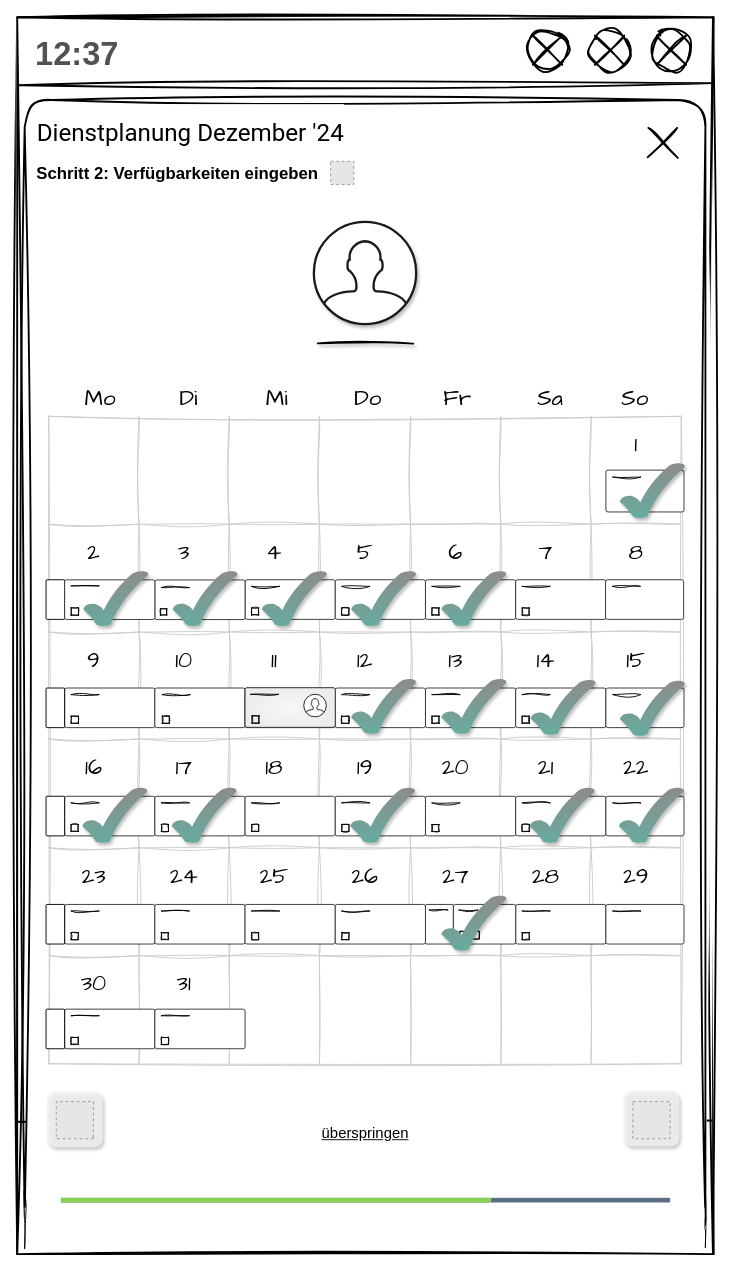
Above: page "VE_2" (7 of 8) of 5_Pitch/Mockup_UserFlow_CreateWorkSchedule.drawio in annikalenneper/praxisprojekt_mi_bachelor_SoSe24 (draw.io), before the change. Source tidied: cells renumbered, new cells numbered last; positions are measured from the earlier drawing's top-left corner, leaving out a move shared by most shapes. Both pictures are drawn from the tidied source at 93%, with x=0, y=0 at pixel (17, 17). Pictures stored in the file or linked from it are replaced by grey dashed boxes.
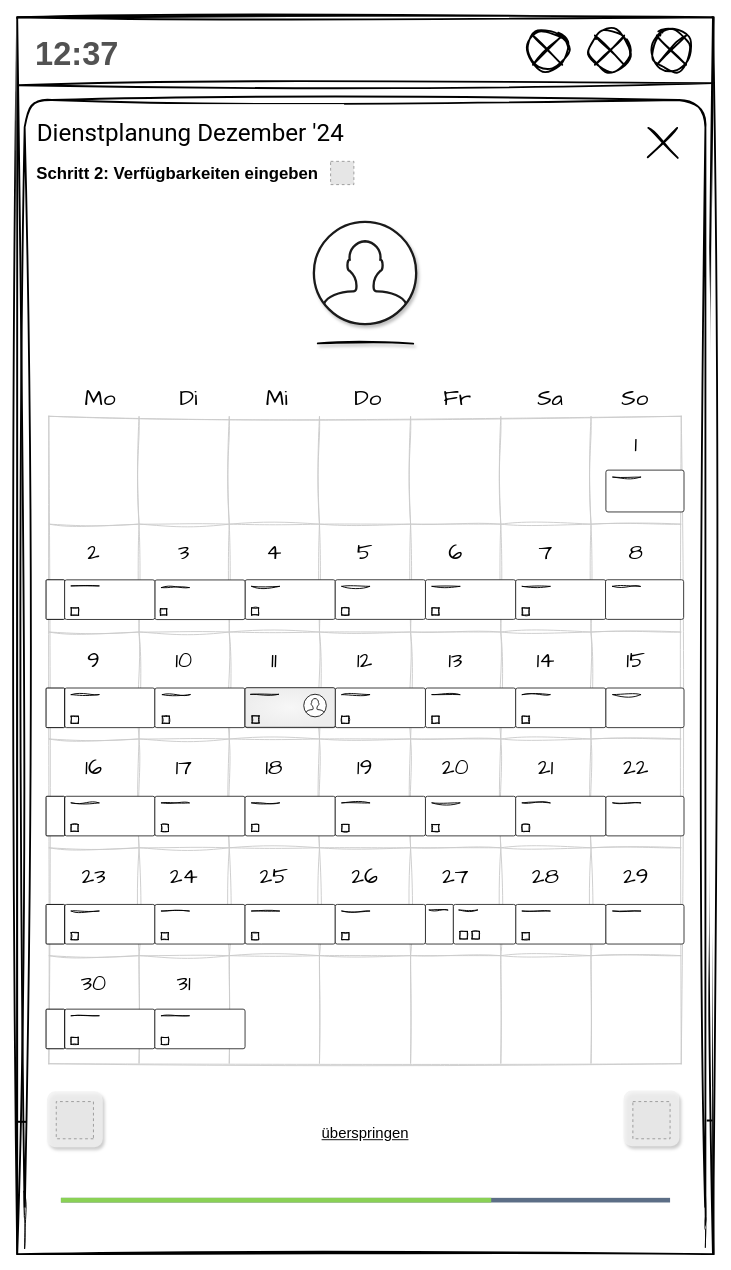
The same diagram, later.

Diff of the diagram source:
```diff
@@
-    <mxCell id="250" parent="0" />
-    <mxCell id="251" style="verticalLabelPosition=bottom;verticalAlign=top;html=1;shape=mxgraph.basic.tick;fillColor=#8C8C8C;strokeColor=none;gradientColor=#67AB9F;shadow=1;" parent="250" vertex="1">
-      <mxGeometry x="648" y="479" width="70" height="60" as="geometry" />
-    </mxCell>
-    <mxCell id="252" parent="0" />
-    <mxCell id="253" style="verticalLabelPosition=bottom;verticalAlign=top;html=1;shape=mxgraph.basic.tick;fillColor=#8C8C8C;strokeColor=none;gradientColor=#67AB9F;shadow=1;" parent="252" vertex="1">
-      <mxGeometry x="71" y="595" width="70" height="60" as="geometry" />
-    </mxCell>
-    <mxCell id="254" parent="0" />
-    <mxCell id="255" style="verticalLabelPosition=bottom;verticalAlign=top;html=1;shape=mxgraph.basic.tick;fillColor=#8C8C8C;strokeColor=none;gradientColor=#67AB9F;shadow=1;" parent="254" vertex="1">
-      <mxGeometry x="167" y="595" width="70" height="60" as="geometry" />
-    </mxCell>
-    <mxCell id="256" parent="0" />
-    <mxCell id="257" style="verticalLabelPosition=bottom;verticalAlign=top;html=1;shape=mxgraph.basic.tick;fillColor=#8C8C8C;strokeColor=none;gradientColor=#67AB9F;shadow=1;" parent="256" vertex="1">
-      <mxGeometry x="263" y="595" width="70" height="60" as="geometry" />
-    </mxCell>
-    <mxCell id="258" parent="0" />
-    <mxCell id="259" style="verticalLabelPosition=bottom;verticalAlign=top;html=1;shape=mxgraph.basic.tick;fillColor=#8C8C8C;strokeColor=none;gradientColor=#67AB9F;shadow=1;" parent="258" vertex="1">
-      <mxGeometry x="359" y="595" width="70" height="60" as="geometry" />
-    </mxCell>
-    <mxCell id="260" parent="0" />
-    <mxCell id="261" style="verticalLabelPosition=bottom;verticalAlign=top;html=1;shape=mxgraph.basic.tick;fillColor=#8C8C8C;strokeColor=none;gradientColor=#67AB9F;shadow=1;" parent="260" vertex="1">
-      <mxGeometry x="456" y="595" width="70" height="60" as="geometry" />
-    </mxCell>
-    <mxCell id="262" parent="0" />
-    <mxCell id="263" style="verticalLabelPosition=bottom;verticalAlign=top;html=1;shape=mxgraph.basic.tick;fillColor=#8C8C8C;strokeColor=none;gradientColor=#67AB9F;shadow=1;" parent="262" vertex="1">
-      <mxGeometry x="359" y="711" width="70" height="60" as="geometry" />
-    </mxCell>
-    <mxCell id="264" parent="0" />
-    <mxCell id="265" style="verticalLabelPosition=bottom;verticalAlign=top;html=1;shape=mxgraph.basic.tick;fillColor=#8C8C8C;strokeColor=none;gradientColor=#67AB9F;shadow=1;" parent="264" vertex="1">
-      <mxGeometry x="456" y="711" width="70" height="60" as="geometry" />
-    </mxCell>
-    <mxCell id="266" parent="0" />
-    <mxCell id="267" style="verticalLabelPosition=bottom;verticalAlign=top;html=1;shape=mxgraph.basic.tick;fillColor=#8C8C8C;strokeColor=none;gradientColor=#67AB9F;shadow=1;" parent="266" vertex="1">
-      <mxGeometry x="552" y="712" width="70" height="60" as="geometry" />
-    </mxCell>
-    <mxCell id="268" parent="0" />
-    <mxCell id="269" style="verticalLabelPosition=bottom;verticalAlign=top;html=1;shape=mxgraph.basic.tick;fillColor=#8C8C8C;strokeColor=none;gradientColor=#67AB9F;shadow=1;" parent="268" vertex="1">
-      <mxGeometry x="648" y="713" width="70" height="60" as="geometry" />
-    </mxCell>
-    <mxCell id="270" parent="0" />
-    <mxCell id="271" style="verticalLabelPosition=bottom;verticalAlign=top;html=1;shape=mxgraph.basic.tick;fillColor=#8C8C8C;strokeColor=none;gradientColor=#67AB9F;shadow=1;" parent="270" vertex="1">
-      <mxGeometry x="70" y="828" width="70" height="60" as="geometry" />
-    </mxCell>
-    <mxCell id="272" parent="0" />
-    <mxCell id="273" style="verticalLabelPosition=bottom;verticalAlign=top;html=1;shape=mxgraph.basic.tick;fillColor=#8C8C8C;strokeColor=none;gradientColor=#67AB9F;shadow=1;" parent="272" vertex="1">
-      <mxGeometry x="166" y="828" width="70" height="60" as="geometry" />
-    </mxCell>
-    <mxCell id="274" parent="0" />
-    <mxCell id="275" style="verticalLabelPosition=bottom;verticalAlign=top;html=1;shape=mxgraph.basic.tick;fillColor=#8C8C8C;strokeColor=none;gradientColor=#67AB9F;shadow=1;" parent="274" vertex="1">
-      <mxGeometry x="358" y="828" width="70" height="60" as="geometry" />
-    </mxCell>
-    <mxCell id="276" parent="0" />
-    <mxCell id="277" style="verticalLabelPosition=bottom;verticalAlign=top;html=1;shape=mxgraph.basic.tick;fillColor=#8C8C8C;strokeColor=none;gradientColor=#67AB9F;shadow=1;" parent="276" vertex="1">
-      <mxGeometry x="551" y="828" width="70" height="60" as="geometry" />
-    </mxCell>
-    <mxCell id="278" parent="0" />
-    <mxCell id="279" style="verticalLabelPosition=bottom;verticalAlign=top;html=1;shape=mxgraph.basic.tick;fillColor=#8C8C8C;strokeColor=none;gradientColor=#67AB9F;shadow=1;" parent="278" vertex="1">
-      <mxGeometry x="647" y="828" width="70" height="60" as="geometry" />
-    </mxCell>
-    <mxCell id="280" parent="0" />
-    <mxCell id="281" style="verticalLabelPosition=bottom;verticalAlign=top;html=1;shape=mxgraph.basic.tick;fillColor=#8C8C8C;strokeColor=none;gradientColor=#67AB9F;shadow=1;" parent="280" vertex="1">
-      <mxGeometry x="456" y="944" width="70" height="60" as="geometry" />
-    </mxCell>
```
